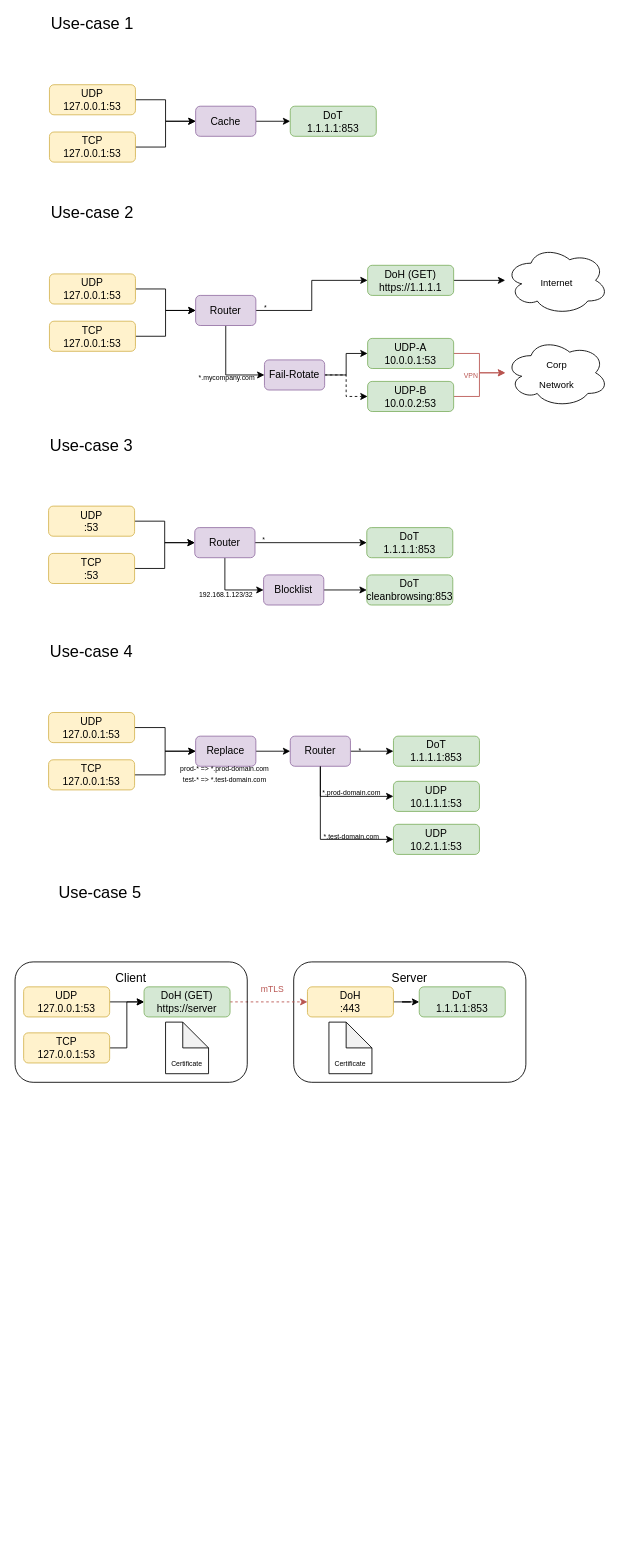
Earlier version of the draw.io diagram doc/use-cases.drawio (folbricht/routedns). Source tidied: cells renumbered, new cells numbered last; positions are measured from the earlier drawing's top-left corner, leaving out a move shared by most shapes. Both pictures are drawn from the tidied source at 86%, with x=0, y=0 at pixel (15, 15).
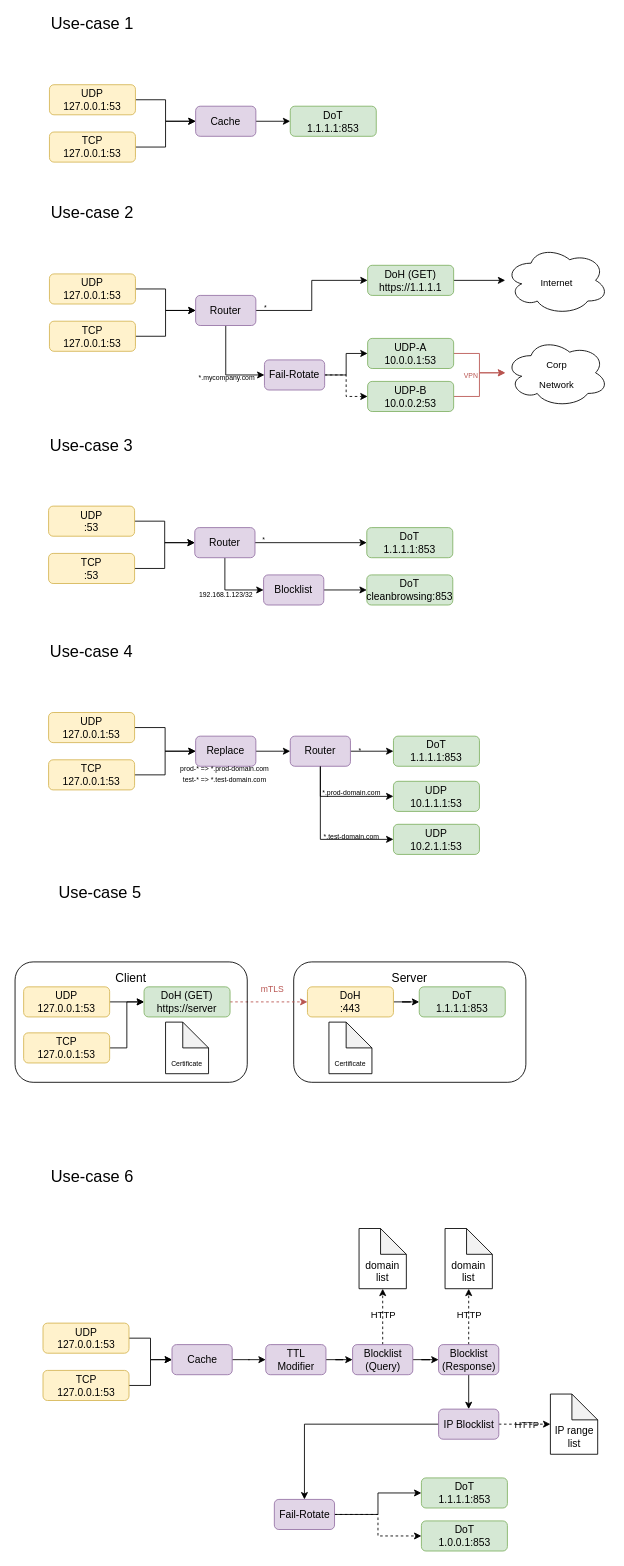
After the change.

Commit message (it also covers changes not shown here):
Document Use-Case 6

Diff of the diagram source:
```diff
@@
+    <mxCell id="80" style="edgeStyle=orthogonalEdgeStyle;rounded=0;jettySize=auto;html=1;fontSize=19;" parent="1" edge="1" source="81" target="85">
+      <mxGeometry relative="1" as="geometry" />
+    </mxCell>
+    <mxCell id="81" value="UDP&lt;br&gt;127.0.0.1:53" style="rounded=1;whiteSpace=wrap;html=1;fillColor=#fff2cc;strokeColor=#d6b656;verticalAlign=middle;" parent="1" vertex="1">
+      <mxGeometry x="32.5" y="1520" width="100" height="35" as="geometry" />
+    </mxCell>
+    <mxCell id="82" style="edgeStyle=orthogonalEdgeStyle;rounded=0;jettySize=auto;html=1;entryX=0;entryY=0.5;entryDx=0;entryDy=0;fontSize=19;" parent="1" edge="1" source="83" target="85">
+      <mxGeometry relative="1" as="geometry" />
+    </mxCell>
+    <mxCell id="83" value="TCP&lt;br&gt;127.0.0.1:53" style="rounded=1;whiteSpace=wrap;html=1;fillColor=#fff2cc;strokeColor=#d6b656;verticalAlign=middle;" parent="1" vertex="1">
+      <mxGeometry x="32.5" y="1575" width="100" height="35" as="geometry" />
+    </mxCell>
+    <mxCell id="84" style="edgeStyle=orthogonalEdgeStyle;rounded=0;jettySize=auto;html=1;entryX=0;entryY=0.5;entryDx=0;entryDy=0;" parent="1" edge="1" source="85" target="93">
+      <mxGeometry relative="1" as="geometry" />
+    </mxCell>
+    <mxCell id="85" value="Cache" style="rounded=1;whiteSpace=wrap;html=1;fillColor=#e1d5e7;verticalAlign=middle;strokeColor=#9673a6;" parent="1" vertex="1">
+      <mxGeometry x="182.5" y="1545" width="70" height="35" as="geometry" />
+    </mxCell>
+    <mxCell id="86" value="Use-case 6" style="text;html=1;strokeColor=none;fillColor=none;align=center;verticalAlign=middle;whiteSpace=wrap;rounded=0;labelBackgroundColor=none;fontSize=19;" parent="1" vertex="1">
+      <mxGeometry x="40" y="1340" width="100" height="20" as="geometry" />
+    </mxCell>
+    <mxCell id="87" value="DoT&lt;br&gt;1.1.1.1:853" style="rounded=1;whiteSpace=wrap;html=1;fillColor=#d5e8d4;strokeColor=#82b366;verticalAlign=middle;" parent="1" vertex="1">
+      <mxGeometry x="472.5" y="1700" width="100" height="35" as="geometry" />
+    </mxCell>
+    <mxCell id="88" value="DoT&lt;br&gt;1.0.0.1:853" style="rounded=1;whiteSpace=wrap;html=1;fillColor=#d5e8d4;strokeColor=#82b366;verticalAlign=middle;" parent="1" vertex="1">
+      <mxGeometry x="472.5" y="1750" width="100" height="35" as="geometry" />
+    </mxCell>
+    <mxCell id="89" style="edgeStyle=orthogonalEdgeStyle;rounded=0;jettySize=auto;html=1;entryX=0;entryY=0.5;entryDx=0;entryDy=0;fontSize=19;" parent="1" edge="1" source="91" target="87">
+      <mxGeometry relative="1" as="geometry" />
+    </mxCell>
+    <mxCell id="90" style="edgeStyle=orthogonalEdgeStyle;rounded=0;jettySize=auto;html=1;entryX=0;entryY=0.5;entryDx=0;entryDy=0;fontSize=19;dashed=1;" parent="1" edge="1" source="91" target="88">
+      <mxGeometry relative="1" as="geometry" />
+    </mxCell>
+    <mxCell id="91" value="Fail-Rotate" style="rounded=1;whiteSpace=wrap;html=1;fillColor=#e1d5e7;verticalAlign=middle;strokeColor=#9673a6;" parent="1" vertex="1">
+      <mxGeometry x="301.5" y="1725" width="70" height="35" as="geometry" />
+    </mxCell>
+    <mxCell id="92" style="edgeStyle=orthogonalEdgeStyle;rounded=0;jettySize=auto;html=1;" parent="1" edge="1" source="93" target="97">
+      <mxGeometry relative="1" as="geometry" />
+    </mxCell>
+    <mxCell id="93" value="TTL&lt;br&gt;Modifier" style="rounded=1;whiteSpace=wrap;html=1;fillColor=#e1d5e7;verticalAlign=middle;strokeColor=#9673a6;" parent="1" vertex="1">
+      <mxGeometry x="291.5" y="1545" width="70" height="35" as="geometry" />
+    </mxCell>
+    <mxCell id="94" style="edgeStyle=orthogonalEdgeStyle;rounded=0;jettySize=auto;html=1;" parent="1" edge="1" source="97" target="103">
+      <mxGeometry relative="1" as="geometry" />
+    </mxCell>
+    <mxCell id="95" style="edgeStyle=orthogonalEdgeStyle;rounded=0;jettySize=auto;html=1;dashed=1;" parent="1" edge="1" source="97" target="106">
+      <mxGeometry relative="1" as="geometry" />
+    </mxCell>
+    <mxCell id="96" value="HTTP" style="edgeLabel;html=1;align=center;verticalAlign=middle;labelBackgroundColor=none;" parent="95" vertex="1">
+      <mxGeometry x="0.32" relative="1" as="geometry">
+        <mxPoint y="7.9" as="offset" />
+      </mxGeometry>
+    </mxCell>
+    <mxCell id="97" value="Blocklist&lt;br&gt;(Query)" style="rounded=1;whiteSpace=wrap;html=1;fillColor=#e1d5e7;verticalAlign=middle;strokeColor=#9673a6;" parent="1" vertex="1">
+      <mxGeometry x="392.5" y="1545" width="70" height="35" as="geometry" />
+    </mxCell>
+    <mxCell id="98" style="edgeStyle=orthogonalEdgeStyle;rounded=0;jettySize=auto;html=1;" parent="1" edge="1" source="103" target="105">
+      <mxGeometry relative="1" as="geometry" />
+    </mxCell>
+    <mxCell id="99" style="edgeStyle=orthogonalEdgeStyle;rounded=0;jettySize=auto;html=1;entryX=0.5;entryY=1;entryDx=0;entryDy=0;entryPerimeter=0;dashed=1;" parent="1" edge="1" source="103" target="107">
+      <mxGeometry relative="1" as="geometry" />
+    </mxCell>
+    <mxCell id="100" value="HTTP" style="edgeLabel;html=1;align=center;verticalAlign=middle;labelBackgroundColor=none;" parent="99" vertex="1">
+      <mxGeometry x="0.31" y="1" relative="1" as="geometry">
+        <mxPoint x="1" y="7.3" as="offset" />
+      </mxGeometry>
+    </mxCell>
+    <mxCell id="101" style="edgeStyle=orthogonalEdgeStyle;rounded=0;jettySize=auto;html=1;entryX=0;entryY=0.5;entryDx=0;entryDy=0;entryPerimeter=0;exitX=1;exitY=0.5;exitDx=0;exitDy=0;dashed=1;" parent="1" edge="1" source="105" target="108">
+      <mxGeometry relative="1" as="geometry" />
+    </mxCell>
+    <mxCell id="102" value="HTTP" style="edgeLabel;html=1;align=center;verticalAlign=middle;labelBackgroundColor=none;" parent="101" vertex="1">
+      <mxGeometry x="0.22" y="-1" relative="1" as="geometry">
+        <mxPoint x="-5.1" y="-1" as="offset" />
+      </mxGeometry>
+    </mxCell>
+    <mxCell id="103" value="Blocklist&lt;br&gt;(Response)" style="rounded=1;whiteSpace=wrap;html=1;fillColor=#e1d5e7;verticalAlign=middle;strokeColor=#9673a6;" parent="1" vertex="1">
+      <mxGeometry x="492.5" y="1545" width="70" height="35" as="geometry" />
+    </mxCell>
+    <mxCell id="104" style="edgeStyle=orthogonalEdgeStyle;rounded=0;jettySize=auto;html=1;" parent="1" edge="1" source="105" target="91">
+      <mxGeometry relative="1" as="geometry" />
+    </mxCell>
+    <mxCell id="105" value="IP Blocklist" style="rounded=1;whiteSpace=wrap;html=1;fillColor=#e1d5e7;verticalAlign=middle;strokeColor=#9673a6;" parent="1" vertex="1">
+      <mxGeometry x="492.5" y="1620" width="70" height="35" as="geometry" />
+    </mxCell>
+    <mxCell id="106" value="&lt;br&gt;&lt;br&gt;domain&lt;br&gt;list" style="shape=note;whiteSpace=wrap;html=1;backgroundOutline=1;darkOpacity=0.05;" parent="1" vertex="1">
+      <mxGeometry x="400" y="1410" width="55" height="70" as="geometry" />
+    </mxCell>
+    <mxCell id="107" value="&lt;br&gt;&lt;br&gt;domain&lt;br&gt;list" style="shape=note;whiteSpace=wrap;html=1;backgroundOutline=1;darkOpacity=0.05;" parent="1" vertex="1">
+      <mxGeometry x="500" y="1410" width="55" height="70" as="geometry" />
+    </mxCell>
+    <mxCell id="108" value="&lt;br&gt;&lt;br&gt;IP range&lt;br&gt;list" style="shape=note;whiteSpace=wrap;html=1;backgroundOutline=1;darkOpacity=0.05;" parent="1" vertex="1">
+      <mxGeometry x="622.5" y="1602.5" width="55" height="70" as="geometry" />
+    </mxCell>
```
